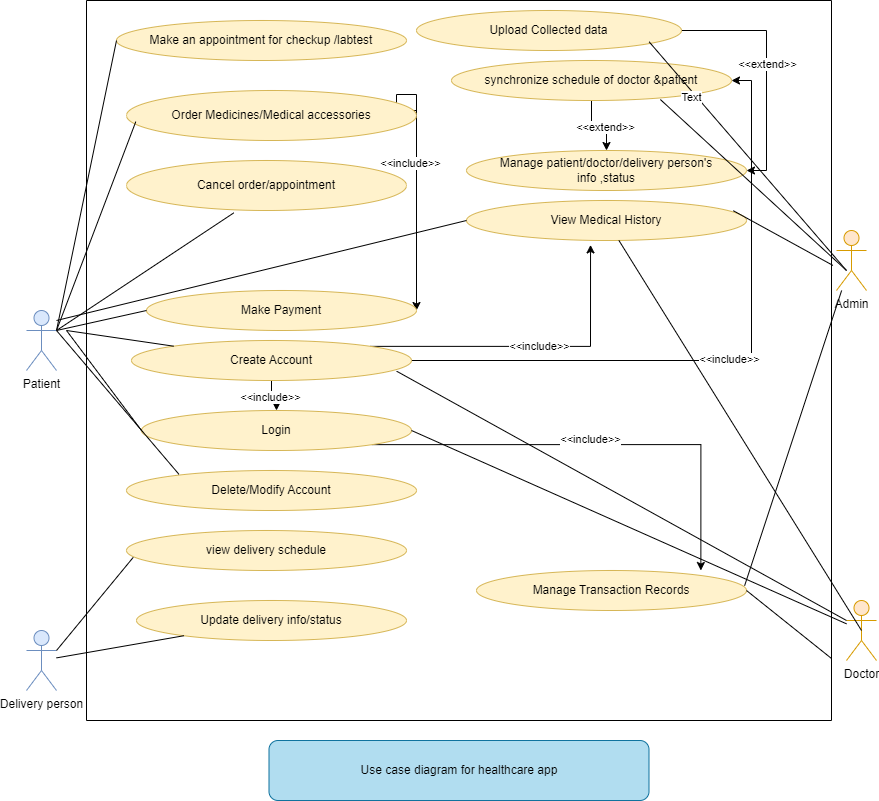
Earlier version of the draw.io export medtech_maven_usecase_diagram.png (TRISHAHALDER/Medtech_Maven_usecase_diagram). Source tidied: cells renumbered, new cells last; positions are measured from the earlier drawing's top-left corner, leaving out a move shared by most shapes.
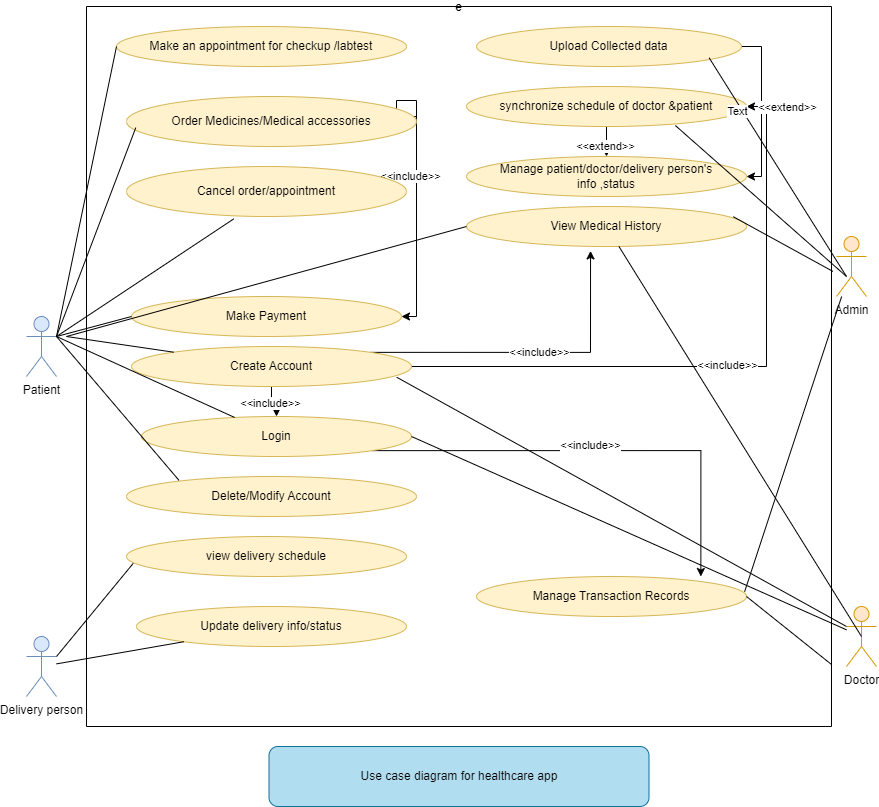
The same file after the commit.

The edit, as a diff of the source:
```diff
@@ -2,11 +2,15 @@
   <root>
     <mxCell id="0" />
     <mxCell id="1" parent="0" />
-    <mxCell id="2" style="swimlane;startSize=0;" parent="1" vertex="1">
+    <mxCell id="2" value="e" style="swimlane;startSize=0;" parent="1" vertex="1">
       <mxGeometry x="60" width="745" height="720" as="geometry" />
     </mxCell>
     <mxCell id="3" style="edgeStyle=orthogonalEdgeStyle;rounded=0;jettySize=auto;html=1;exitX=1;exitY=0;exitDx=0;exitDy=0;entryX=0.443;entryY=1.11;entryDx=0;entryDy=0;entryPerimeter=0;" parent="2" edge="1" source="9" target="20">
-      <mxGeometry relative="1" as="geometry" />
+      <mxGeometry relative="1" as="geometry">
+        <Array as="points">
+          <mxPoint x="504" y="346" />
+        </Array>
+      </mxGeometry>
     </mxCell>
     <mxCell id="4" value="&amp;lt;&amp;lt;include&amp;gt;&amp;gt;" style="edgeLabel;html=1;align=center;verticalAlign=middle;" parent="3" vertex="1">
       <mxGeometry x="0.05" relative="1" as="geometry" />
@@ -61,7 +65,7 @@
       <mxGeometry x="0.26" y="-2" relative="1" as="geometry" />
     </mxCell>
     <mxCell id="19" value="synchronize schedule of doctor &amp;amp;patient" style="ellipse;whiteSpace=wrap;html=1;fillColor=#fff2cc;strokeColor=#d6b656;" parent="2" vertex="1">
-      <mxGeometry x="365" y="60" width="280" height="40" as="geometry" />
+      <mxGeometry x="380" y="80" width="280" height="40" as="geometry" />
     </mxCell>
     <mxCell id="20" value="View Medical History" style="ellipse;whiteSpace=wrap;html=1;fillColor=#fff2cc;strokeColor=#d6b656;" parent="2" vertex="1">
       <mxGeometry x="380" y="200" width="280" height="40" as="geometry" />
@@ -70,10 +74,12 @@
       <mxGeometry relative="1" as="geometry" />
     </mxCell>
     <mxCell id="22" value="&amp;lt;&amp;lt;extend&amp;gt;&amp;gt;" style="edgeLabel;html=1;align=center;verticalAlign=middle;" parent="21" vertex="1">
-      <mxGeometry x="-0.04" relative="1" as="geometry" />
+      <mxGeometry x="-0.04" relative="1" as="geometry">
+        <mxPoint x="25" as="offset" />
+      </mxGeometry>
     </mxCell>
     <mxCell id="23" value="Upload Collected data" style="ellipse;whiteSpace=wrap;html=1;fillColor=#fff2cc;strokeColor=#d6b656;" parent="2" vertex="1">
-      <mxGeometry x="330" y="10" width="265" height="40" as="geometry" />
+      <mxGeometry x="390" y="20" width="265" height="40" as="geometry" />
     </mxCell>
     <mxCell id="24" style="endArrow=none;html=1;rounded=0;exitX=0.953;exitY=0.256;exitDx=0;exitDy=0;exitPerimeter=0;entryX=1.002;entryY=0.368;entryDx=0;entryDy=0;entryPerimeter=0;" parent="2" edge="1" source="20" target="2">
       <mxGeometry relative="1" as="geometry" />
@@ -88,7 +94,7 @@
       <mxGeometry x="40" y="530" width="280" height="40" as="geometry" />
     </mxCell>
     <mxCell id="28" value="Make Payment" style="ellipse;whiteSpace=wrap;html=1;fillColor=#fff2cc;strokeColor=#d6b656;" parent="2" vertex="1">
-      <mxGeometry x="60" y="290" width="270" height="40" as="geometry" />
+      <mxGeometry x="45" y="290" width="270" height="40" as="geometry" />
     </mxCell>
     <mxCell id="29" value="Cancel order/appointment" style="ellipse;whiteSpace=wrap;html=1;fillColor=#fff2cc;strokeColor=#d6b656;" parent="2" vertex="1">
       <mxGeometry x="40" y="160" width="280" height="50" as="geometry" />
@@ -176,15 +182,15 @@
         <mxPoint x="40" y="330" as="sourcePoint" />
       </mxGeometry>
     </mxCell>
-    <mxCell id="53" style="endArrow=none;html=1;rounded=0;entryX=0;entryY=0.5;entryDx=0;entryDy=0;" parent="1" edge="1" target="13">
-      <mxGeometry relative="1" as="geometry">
-        <mxPoint x="40" y="330" as="sourcePoint" />
-      </mxGeometry>
-    </mxCell>
     <mxCell id="54" style="endArrow=none;html=1;rounded=0;entryX=0;entryY=0.5;entryDx=0;entryDy=0;" parent="1" edge="1" target="20">
       <mxGeometry relative="1" as="geometry">
-        <mxPoint x="30" y="320" as="sourcePoint" />
+        <mxPoint x="40" y="330" as="sourcePoint" />
       </mxGeometry>
     </mxCell>
+    <mxCell id="55" style="endArrow=none;html=1;rounded=0;" parent="1" edge="1" target="13">
+      <mxGeometry relative="1" as="geometry">
+        <mxPoint x="30" y="330" as="sourcePoint" />
+      </mxGeometry>
+    </mxCell>
   </root>
 </mxGraphModel>
```
